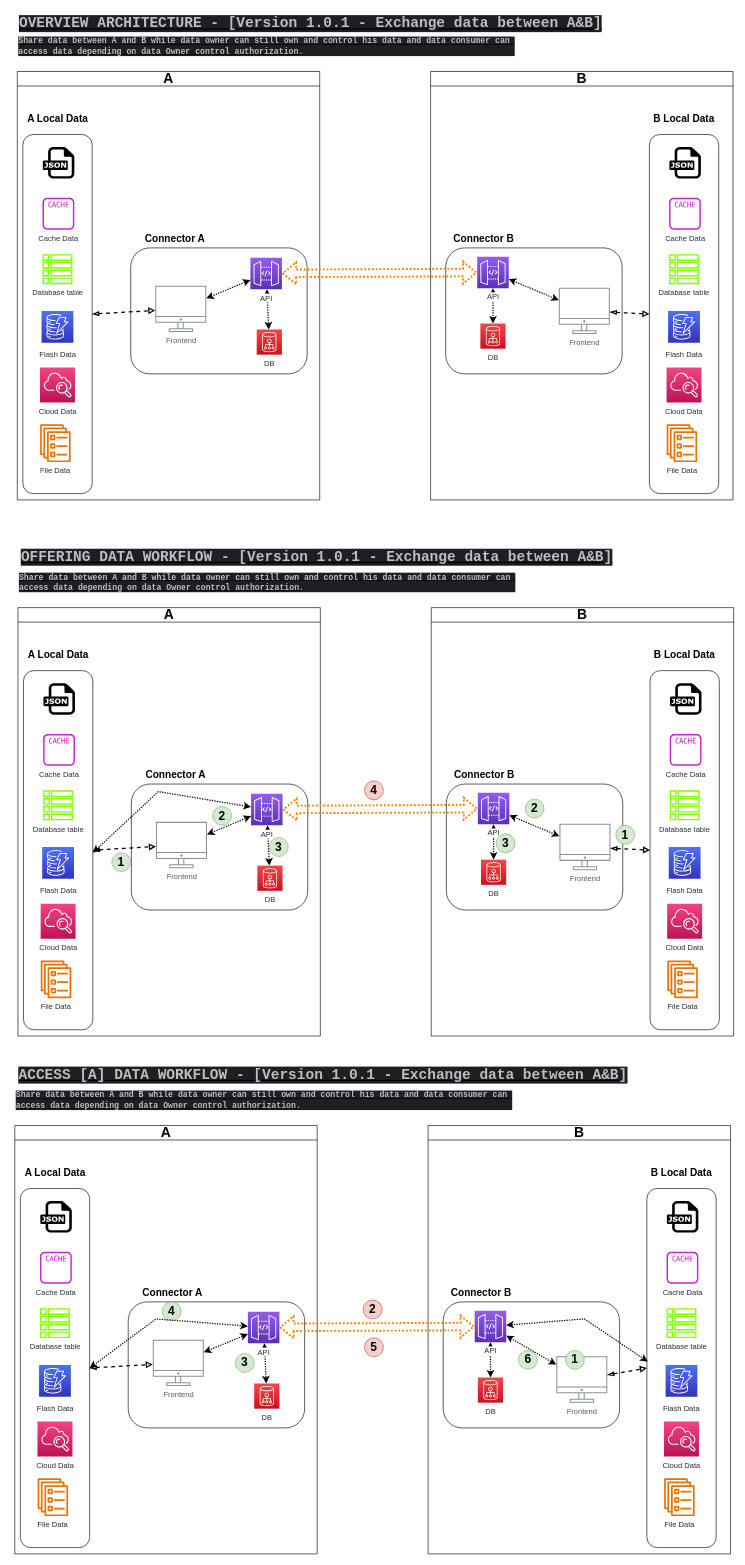
Before: version 1.01 - LDS-SBA.drawio in misterdiallo/draw.io, a draw.io diagram. Source tidied: cells renumbered, new cells numbered last; positions are measured from the earlier drawing's top-left corner, leaving out a move shared by most shapes. Both pictures are drawn from the tidied source at 63%, with x=0, y=0 at pixel (11, 11).
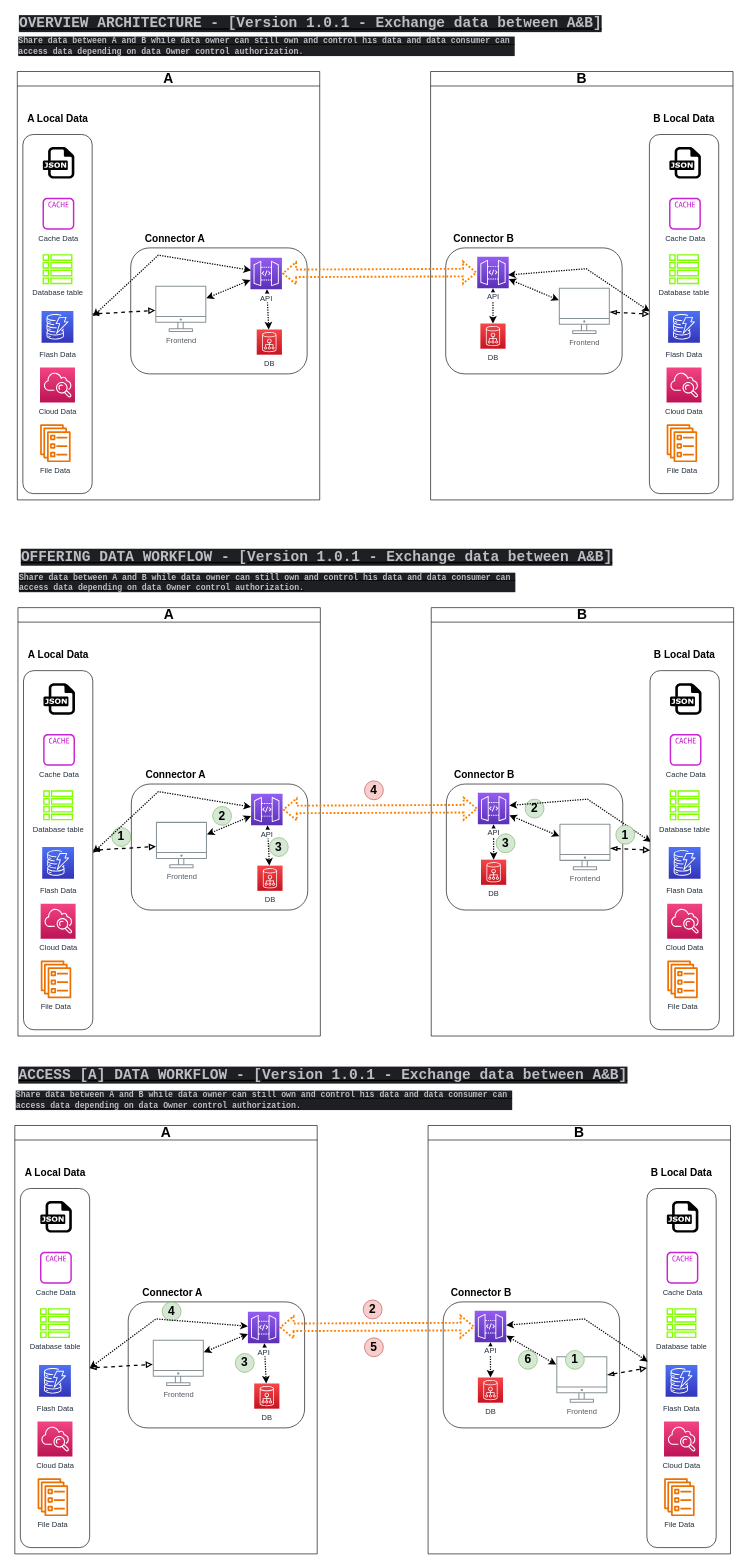
Above is the later version.

The change refers to these unchanged cells:
```xml
<mxCell id="25" value="&lt;font style=&quot;font-size: 22px;&quot;&gt;A&lt;/font&gt;" style="swimlane;whiteSpace=wrap;html=1;" parent="4" vertex="1">
  <mxGeometry width="480" height="680" as="geometry" />
</mxCell>
<mxCell id="28" style="group;" parent="27" vertex="1">
  <mxGeometry y="30" width="280" height="200" as="geometry" />
</mxCell>
<mxCell id="73" value="&lt;font style=&quot;font-size: 22px;&quot;&gt;A&lt;/font&gt;" style="swimlane;whiteSpace=wrap;html=1;" parent="50" vertex="1">
  <mxGeometry width="480" height="680" as="geometry" />
</mxCell>
<mxCell id="78" style="group;" parent="77" vertex="1">
  <mxGeometry y="30" width="280" height="200" as="geometry" />
</mxCell>
```

The edit, as a diff of the source:
```diff
@@
+    <mxCell id="159" style="rounded=0;orthogonalLoop=1;jettySize=auto;html=1;startArrow=classic;startFill=1;dashed=1;dashPattern=1 1;strokeWidth=2;" parent="25" edge="1">
+      <mxGeometry relative="1" as="geometry">
+        <mxPoint x="120" y="388.5" as="sourcePoint" />
+        <mxPoint x="371" y="315.5" as="targetPoint" />
+        <Array as="points">
+          <mxPoint x="223.8" y="291.5" />
+        </Array>
+      </mxGeometry>
+    </mxCell>
@@
+    <mxCell id="160" style="rounded=0;orthogonalLoop=1;jettySize=auto;html=1;startArrow=classic;startFill=1;dashed=1;dashPattern=1 1;strokeWidth=2;entryX=0.012;entryY=0.482;entryDx=0;entryDy=0;entryPerimeter=0;" parent="28" edge="1">
+      <mxGeometry relative="1" as="geometry">
+        <mxPoint x="99" y="43" as="sourcePoint" />
+        <mxPoint x="324" y="101" as="targetPoint" />
+        <Array as="points">
+          <mxPoint x="223" y="33" />
+        </Array>
+      </mxGeometry>
+    </mxCell>
@@
     <mxCell id="74" value="1" style="ellipse;whiteSpace=wrap;html=1;fontStyle=1;fontSize=19;labelBackgroundColor=none;fillColor=#d5e8d4;strokeColor=#82b366;" parent="73" vertex="1">
-      <mxGeometry x="149" y="389" width="30" height="30" as="geometry" />
+      <mxGeometry x="149" y="349" width="30" height="30" as="geometry" />
     </mxCell>
@@
+    <mxCell id="161" style="rounded=0;orthogonalLoop=1;jettySize=auto;html=1;startArrow=classic;startFill=1;dashed=1;dashPattern=1 1;strokeWidth=2;entryX=0.012;entryY=0.482;entryDx=0;entryDy=0;entryPerimeter=0;" parent="78" edge="1">
+      <mxGeometry relative="1" as="geometry">
+        <mxPoint x="100" y="34" as="sourcePoint" />
+        <mxPoint x="325" y="92" as="targetPoint" />
+        <Array as="points">
+          <mxPoint x="224" y="24" />
+        </Array>
+      </mxGeometry>
+    </mxCell>
```
